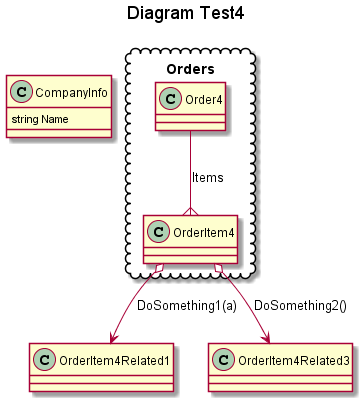
This is docs/testsResults/T10_Should_create_packages.png from isukces/AutoUml, a PlantUML export, as it was before one commit. The source it was exported from:
```plantuml
@startuml
title
 Diagram Test4
end title

class CompanyInfo
{
    string Name
}
class OrderItem4Related1
{
}
class OrderItem4Related3
{
}
package Orders <<Cloud>> {
    class Order4
    {
    }
    class OrderItem4
    {
    }
}

Order4 --{ OrderItem4:Items
OrderItem4 o--> OrderItem4Related1:"DoSomething1(a)"
OrderItem4 o--> OrderItem4Related3:"DoSomething2()"
@enduml
```
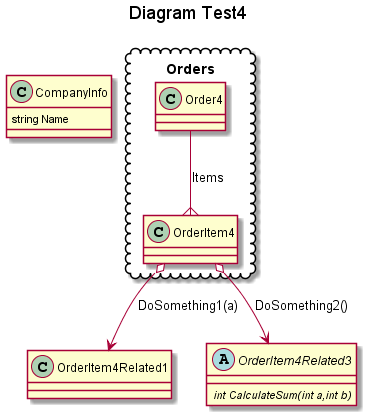
The same diagram one commit later.

Diff of the diagram source:
```diff
@@ -10,8 +10,9 @@
 class OrderItem4Related1
 {
 }
-class OrderItem4Related3
+abstract class OrderItem4Related3
 {
+    {abstract} int CalculateSum(int a,int b)
 }
 package Orders <<Cloud>> {
     class Order4
```
